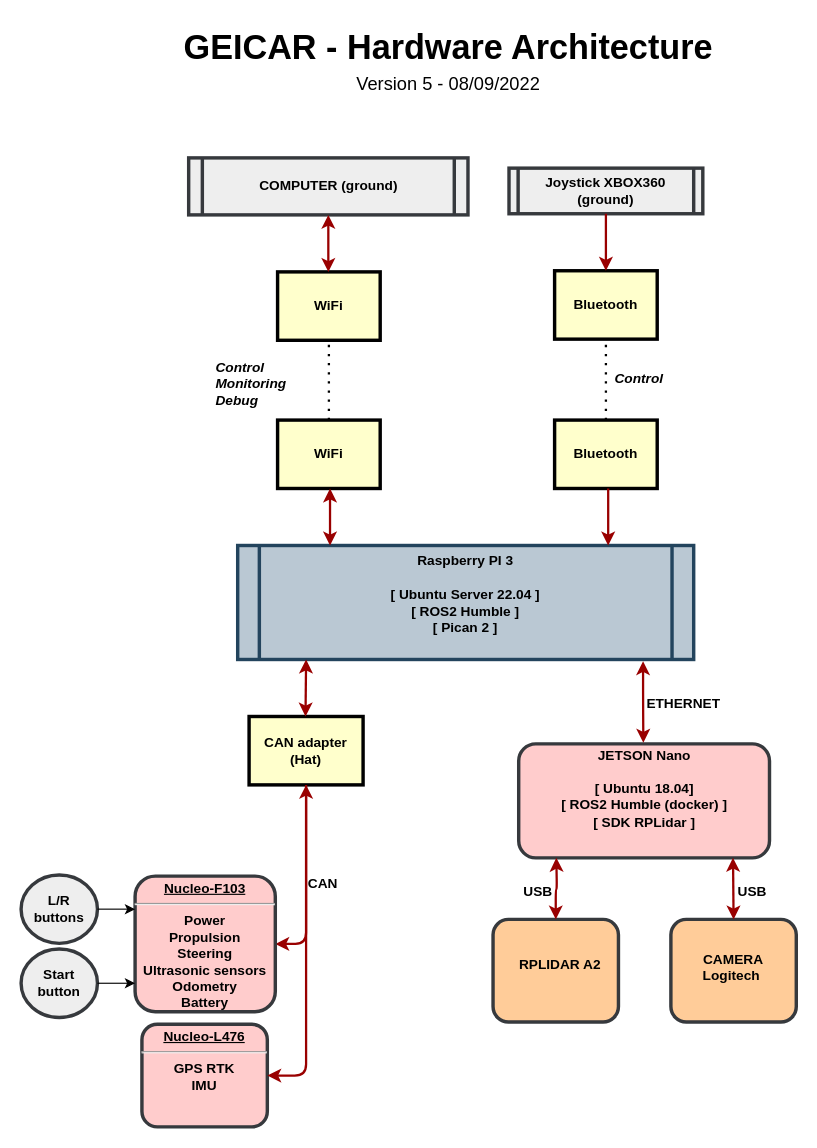
Earlier version of the draw.io diagram general/hardware/hardware_architecture.drawio (Alexix24/geicar). Source tidied: cells renumbered, new cells numbered last; positions are measured from the earlier drawing's top-left corner, leaving out a move shared by most shapes. Both pictures are drawn from the tidied source at 114%, with x=0, y=0 at pixel (21, 19).
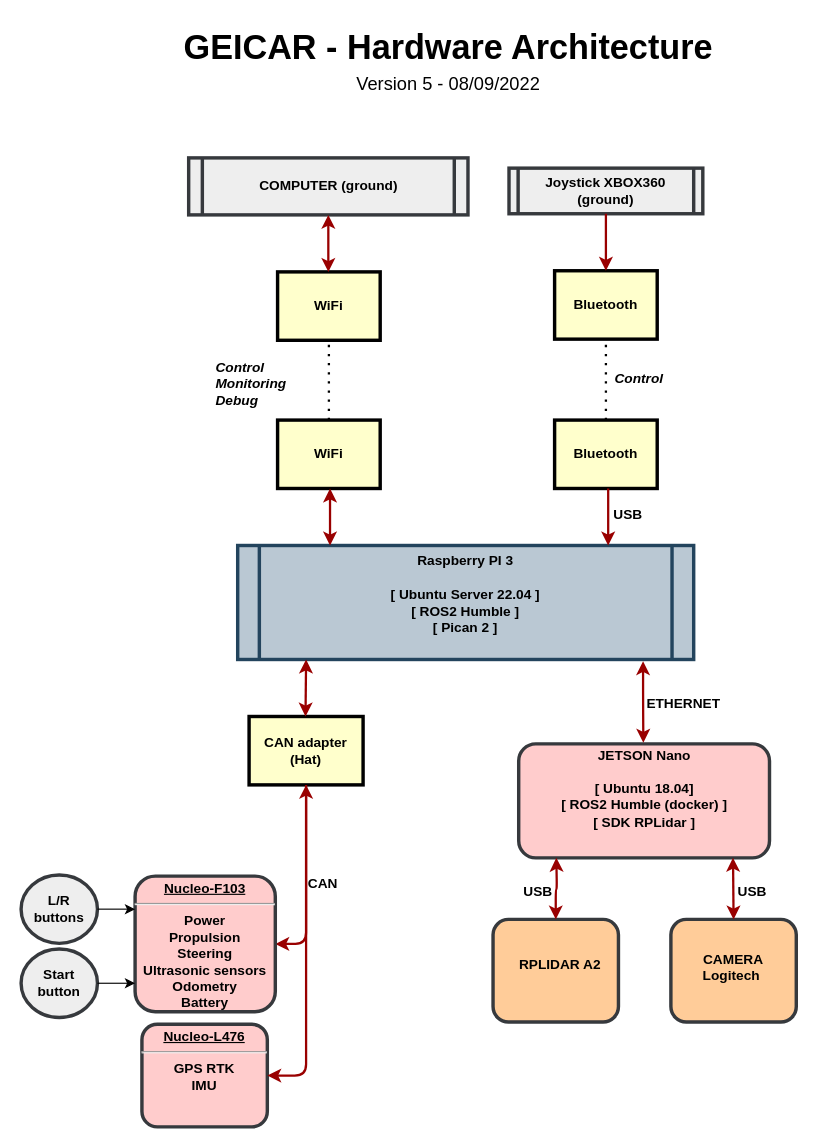
The same page after the edit.

Change to the diagram source:
```diff
@@
+    <mxCell id="38" value="&lt;b&gt;USB&lt;/b&gt;" style="text;whiteSpace=wrap;html=1;rotation=0;" parent="1" vertex="1">
+      <mxGeometry x="518" y="420" width="29" height="29" as="geometry" />
+    </mxCell>
```
